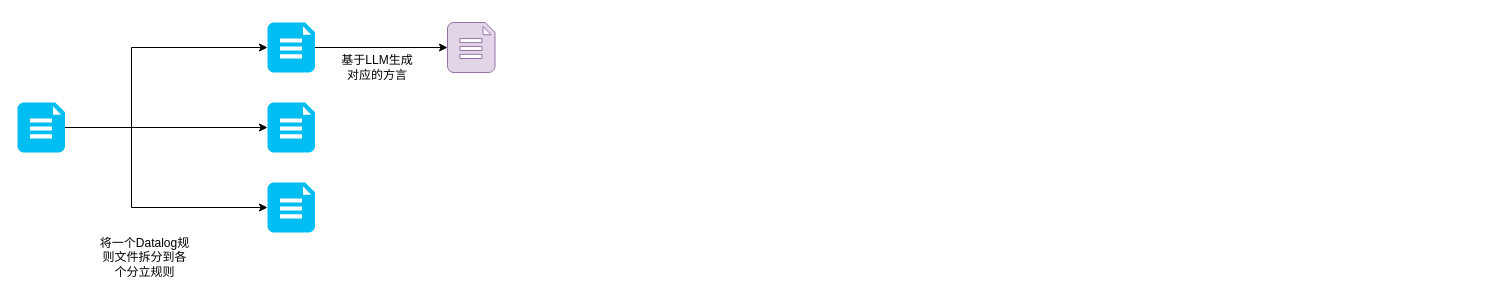
Before: datalogTransByLLM/流程图.drawio in Price1999a/drawio, a draw.io diagram. Source tidied: cells renumbered, new cells numbered last; positions are measured from the earlier drawing's top-left corner, leaving out a move shared by most shapes. Both pictures are drawn from the tidied source at 100%, with x=0, y=0 at pixel (17, 22).
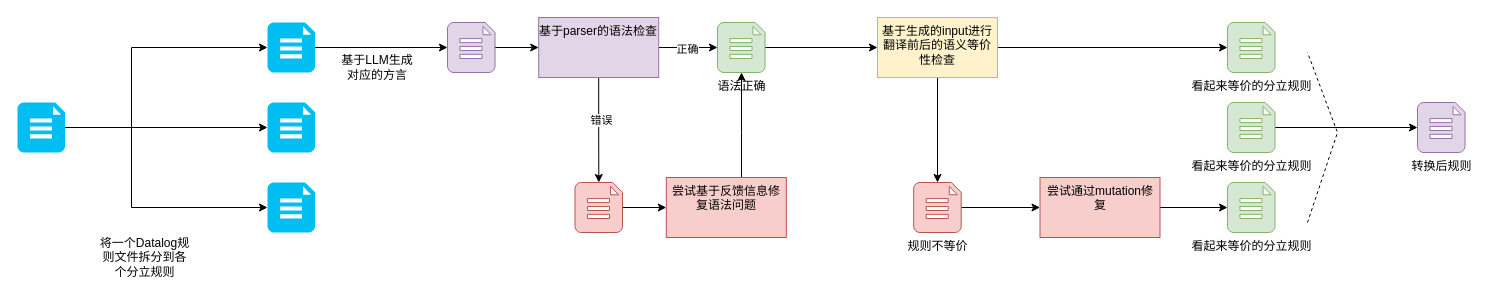
After the change.

Commit message (it also covers changes not shown here):
更新流程图.drawio

The change refers to these unchanged cells:
```xml
<mxCell id="10" style="verticalLabelPosition=bottom;html=1;verticalAlign=top;align=center;strokeColor=#9673a6;fillColor=#e1d5e7;shape=mxgraph.azure.file_2;" parent="1" vertex="1">
  <mxGeometry x="430" width="47.5" height="50" as="geometry" />
</mxCell>
```

The edit, as a diff of the source:
```diff
@@
+    <mxCell id="13" style="edgeStyle=orthogonalEdgeStyle;rounded=0;jettySize=auto;html=1;" parent="1" edge="1" source="10" target="18">
+      <mxGeometry relative="1" as="geometry" />
+    </mxCell>
@@
+    <mxCell id="14" style="edgeStyle=orthogonalEdgeStyle;rounded=0;jettySize=auto;html=1;" parent="1" edge="1" source="18" target="20">
+      <mxGeometry relative="1" as="geometry" />
+    </mxCell>
+    <mxCell id="15" value="正确" style="edgeLabel;html=1;align=center;verticalAlign=middle;" parent="14" vertex="1">
+      <mxGeometry x="-0.06" y="-1" relative="1" as="geometry" />
+    </mxCell>
+    <mxCell id="16" style="edgeStyle=orthogonalEdgeStyle;rounded=0;jettySize=auto;html=1;" parent="1" edge="1" source="18" target="22">
+      <mxGeometry relative="1" as="geometry" />
+    </mxCell>
+    <mxCell id="17" value="错误" style="edgeLabel;html=1;align=center;verticalAlign=middle;" parent="16" vertex="1">
+      <mxGeometry x="-0.2" y="2" relative="1" as="geometry" />
+    </mxCell>
+    <mxCell id="18" value="基于parser的语法检查" style="whiteSpace=wrap;html=1;verticalAlign=top;fillColor=#e1d5e7;strokeColor=#9673a6;" parent="1" vertex="1">
+      <mxGeometry x="521.2" y="-5" width="120" height="60" as="geometry" />
+    </mxCell>
+    <mxCell id="19" style="edgeStyle=orthogonalEdgeStyle;rounded=0;jettySize=auto;html=1;" parent="1" edge="1" source="20" target="27">
+      <mxGeometry relative="1" as="geometry" />
+    </mxCell>
+    <mxCell id="20" value="语法正确" style="verticalLabelPosition=bottom;html=1;verticalAlign=top;align=center;strokeColor=#82b366;fillColor=#d5e8d4;shape=mxgraph.azure.file_2;" parent="1" vertex="1">
+      <mxGeometry x="700" width="47.5" height="50" as="geometry" />
+    </mxCell>
+    <mxCell id="21" style="edgeStyle=orthogonalEdgeStyle;rounded=0;jettySize=auto;html=1;" parent="1" edge="1" source="22" target="24">
+      <mxGeometry relative="1" as="geometry" />
+    </mxCell>
+    <mxCell id="22" style="verticalLabelPosition=bottom;html=1;verticalAlign=top;align=center;strokeColor=#b85450;fillColor=#f8cecc;shape=mxgraph.azure.file_2;" parent="1" vertex="1">
+      <mxGeometry x="557.5" y="160" width="47.5" height="50" as="geometry" />
+    </mxCell>
+    <mxCell id="23" style="edgeStyle=orthogonalEdgeStyle;rounded=0;jettySize=auto;html=1;" parent="1" edge="1" source="24" target="20">
+      <mxGeometry relative="1" as="geometry">
+        <Array as="points">
+          <mxPoint x="724" y="110" />
+          <mxPoint x="724" y="110" />
+        </Array>
+      </mxGeometry>
+    </mxCell>
+    <mxCell id="24" value="尝试基于反馈信息修复语法问题" style="whiteSpace=wrap;html=1;verticalAlign=top;fillColor=#f8cecc;strokeColor=#b85450;" parent="1" vertex="1">
+      <mxGeometry x="648.8" y="155" width="120" height="60" as="geometry" />
+    </mxCell>
+    <mxCell id="25" style="edgeStyle=orthogonalEdgeStyle;rounded=0;jettySize=auto;html=1;" parent="1" edge="1" source="27" target="28">
+      <mxGeometry relative="1" as="geometry" />
+    </mxCell>
+    <mxCell id="26" style="edgeStyle=orthogonalEdgeStyle;rounded=0;jettySize=auto;html=1;" parent="1" edge="1" source="27" target="30">
+      <mxGeometry relative="1" as="geometry" />
+    </mxCell>
+    <mxCell id="27" value="基于生成的input进行翻译前后的语义等价性检查" style="whiteSpace=wrap;html=1;verticalAlign=top;fillColor=#fff2cc;strokeColor=#d6b656;" parent="1" vertex="1">
+      <mxGeometry x="860" y="-5" width="120" height="60" as="geometry" />
+    </mxCell>
+    <mxCell id="28" value="看起来等价的分立规则" style="verticalLabelPosition=bottom;html=1;verticalAlign=top;align=center;strokeColor=#82b366;fillColor=#d5e8d4;shape=mxgraph.azure.file_2;" parent="1" vertex="1">
+      <mxGeometry x="1210" width="47.5" height="50" as="geometry" />
+    </mxCell>
+    <mxCell id="29" style="edgeStyle=orthogonalEdgeStyle;rounded=0;jettySize=auto;html=1;" parent="1" edge="1" source="30" target="32">
+      <mxGeometry relative="1" as="geometry" />
+    </mxCell>
+    <mxCell id="30" value="规则不等价" style="verticalLabelPosition=bottom;html=1;verticalAlign=top;align=center;strokeColor=#b85450;fillColor=#f8cecc;shape=mxgraph.azure.file_2;" parent="1" vertex="1">
+      <mxGeometry x="896.2" y="160" width="47.5" height="50" as="geometry" />
+    </mxCell>
+    <mxCell id="31" style="edgeStyle=orthogonalEdgeStyle;rounded=0;jettySize=auto;html=1;" parent="1" edge="1" source="32" target="35">
+      <mxGeometry relative="1" as="geometry" />
+    </mxCell>
+    <mxCell id="32" value="尝试通过mutation修复" style="whiteSpace=wrap;html=1;verticalAlign=top;fillColor=#f8cecc;strokeColor=#b85450;" parent="1" vertex="1">
+      <mxGeometry x="1022.5" y="155" width="120" height="60" as="geometry" />
+    </mxCell>
+    <mxCell id="33" style="edgeStyle=orthogonalEdgeStyle;rounded=0;jettySize=auto;html=1;entryX=0;entryY=0.5;entryDx=0;entryDy=0;entryPerimeter=0;" parent="1" edge="1" source="34" target="37">
+      <mxGeometry relative="1" as="geometry" />
+    </mxCell>
+    <mxCell id="34" value="看起来等价的分立规则" style="verticalLabelPosition=bottom;html=1;verticalAlign=top;align=center;strokeColor=#82b366;fillColor=#d5e8d4;shape=mxgraph.azure.file_2;" parent="1" vertex="1">
+      <mxGeometry x="1210" y="80" width="47.5" height="50" as="geometry" />
+    </mxCell>
+    <mxCell id="35" value="看起来等价的分立规则" style="verticalLabelPosition=bottom;html=1;verticalAlign=top;align=center;strokeColor=#82b366;fillColor=#d5e8d4;shape=mxgraph.azure.file_2;" parent="1" vertex="1">
+      <mxGeometry x="1210" y="160" width="47.5" height="50" as="geometry" />
+    </mxCell>
+    <mxCell id="36" style="endArrow=none;dashed=1;html=1;rounded=0;" parent="1" edge="1">
+      <mxGeometry relative="1" as="geometry">
+        <mxPoint x="1290" y="200" as="sourcePoint" />
+        <mxPoint x="1290" y="30" as="targetPoint" />
+        <Array as="points">
+          <mxPoint x="1320" y="110" />
+        </Array>
+      </mxGeometry>
+    </mxCell>
+    <mxCell id="37" value="转换后规则" style="verticalLabelPosition=bottom;html=1;verticalAlign=top;align=center;strokeColor=#9673a6;fillColor=#e1d5e7;shape=mxgraph.azure.file_2;" parent="1" vertex="1">
+      <mxGeometry x="1400" y="80" width="47.5" height="50" as="geometry" />
+    </mxCell>
```
